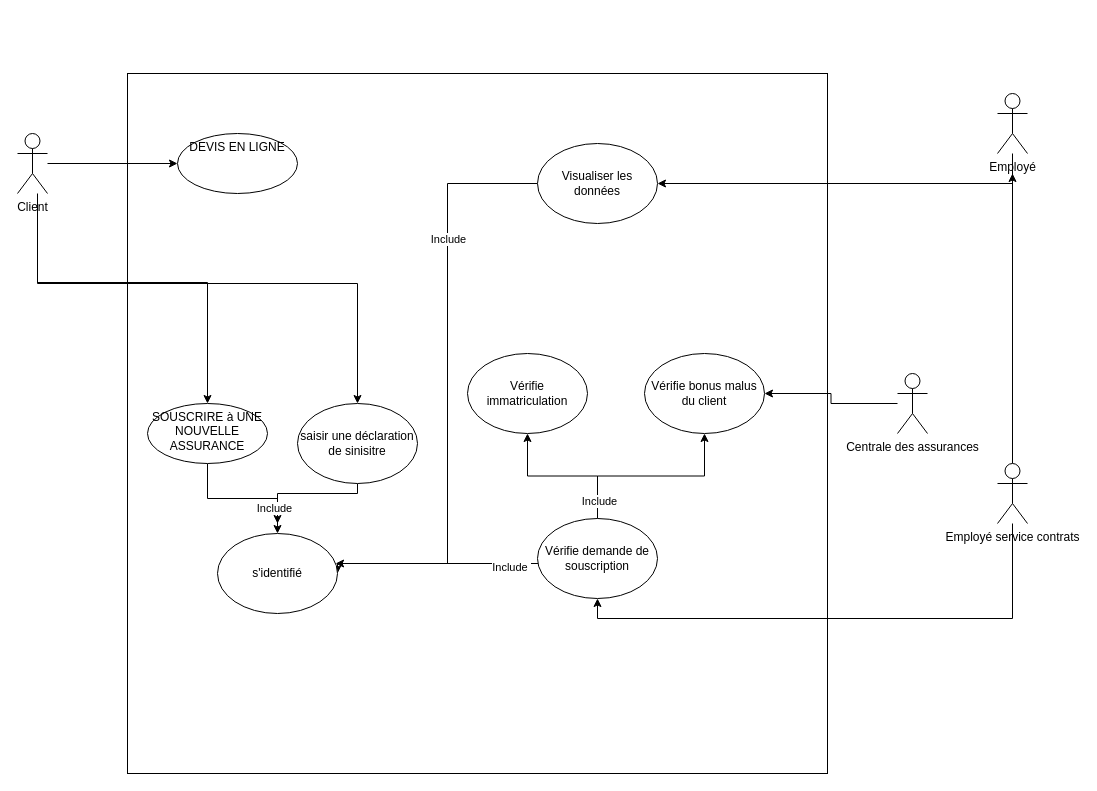
The draw.io diagram USE case.drawio in michaelnba23/Ichec, before the edit. Source tidied: cells renumbered, new cells numbered last; positions are measured from the earlier drawing's top-left corner, leaving out a move shared by most shapes. Both pictures are drawn from the tidied source at 100%, with x=0, y=0 at pixel (17, 73).
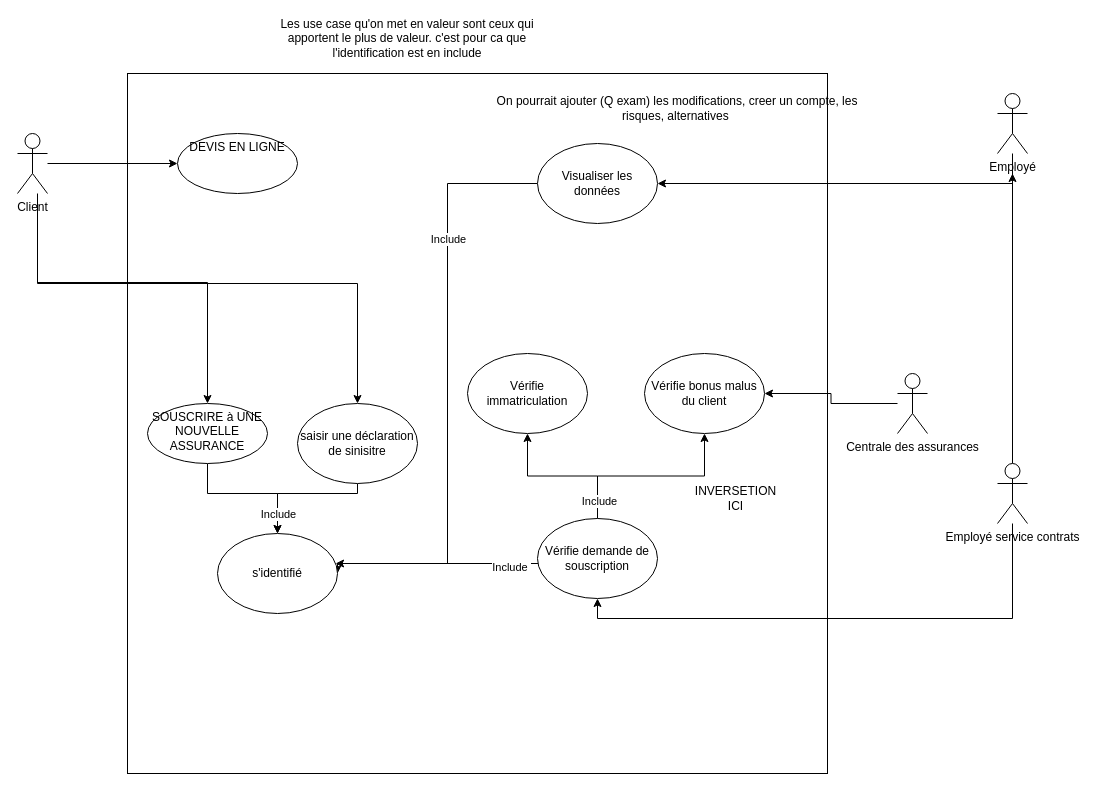
Above is the later version.

Commit message (it also covers changes not shown here):
Mettre à jour USE case.drawio

Unchanged cells that the change refers to:
```xml
<mxCell id="14" value="SOUSCRIRE à UNE NOUVELLE ASSURANCE" style="ellipse;whiteSpace=wrap;html=1;verticalAlign=top;" parent="1" vertex="1">
  <mxGeometry x="130" y="330" width="120" height="60" as="geometry" />
</mxCell>
<mxCell id="18" value="saisir une déclaration de sinisitre" style="ellipse;whiteSpace=wrap;html=1;" parent="1" vertex="1">
  <mxGeometry x="280" y="330" width="120" height="80" as="geometry" />
</mxCell>
<mxCell id="31" value="s'identifié" style="ellipse;whiteSpace=wrap;html=1;" parent="1" vertex="1">
  <mxGeometry x="200" y="460" width="120" height="80" as="geometry" />
</mxCell>
```

What changed in the source:
```diff
@@
     <mxCell id="13" style="edgeStyle=orthogonalEdgeStyle;rounded=0;jettySize=auto;html=1;entryX=0.5;entryY=0;entryDx=0;entryDy=0;" parent="1" edge="1" source="14" target="31">
-      <mxGeometry relative="1" as="geometry" />
+      <mxGeometry relative="1" as="geometry">
+        <Array as="points">
+          <mxPoint x="190" y="420" />
+          <mxPoint x="260" y="420" />
+        </Array>
+      </mxGeometry>
     </mxCell>
@@
-    <mxCell id="16" style="edgeStyle=orthogonalEdgeStyle;rounded=0;jettySize=auto;html=1;" parent="1" edge="1" source="18">
+    <mxCell id="16" style="edgeStyle=orthogonalEdgeStyle;rounded=0;jettySize=auto;html=1;entryX=0.5;entryY=0;entryDx=0;entryDy=0;" parent="1" edge="1" source="18" target="31">
       <mxGeometry relative="1" as="geometry">
-        <mxPoint x="260" y="450" as="targetPoint" />
         <Array as="points">
           <mxPoint x="340" y="420" />
           <mxPoint x="260" y="420" />
         </Array>
       </mxGeometry>
     </mxCell>
     <mxCell id="17" value="Include" style="edgeLabel;html=1;align=center;verticalAlign=middle;" parent="16" vertex="1">
-      <mxGeometry x="0.73" y="-4" relative="1" as="geometry" />
+      <mxGeometry x="0.73" y="-4" relative="1" as="geometry">
+        <mxPoint x="4" y="-2" as="offset" />
+      </mxGeometry>
     </mxCell>
@@
+    <mxCell id="32" value="INVERSETION ICI" style="text;html=1;strokeColor=none;fillColor=none;align=center;verticalAlign=middle;whiteSpace=wrap;rounded=0;" parent="1" vertex="1">
+      <mxGeometry x="687" y="410" width="63" height="30" as="geometry" />
+    </mxCell>
+    <mxCell id="33" value="Les use case qu'on met en valeur sont ceux qui apportent le plus de valeur. c'est pour ca que l'identification est en include" style="text;html=1;strokeColor=none;fillColor=none;align=center;verticalAlign=middle;whiteSpace=wrap;rounded=0;" parent="1" vertex="1">
+      <mxGeometry x="260" y="-50" width="260" height="30" as="geometry" />
+    </mxCell>
+    <mxCell id="34" value="On pourrait ajouter (Q exam) les modifications, creer un compte, les risques, alternatives&amp;nbsp;" style="text;html=1;strokeColor=none;fillColor=none;align=center;verticalAlign=middle;whiteSpace=wrap;rounded=0;" parent="1" vertex="1">
+      <mxGeometry x="460" y="20" width="400" height="30" as="geometry" />
+    </mxCell>
```
